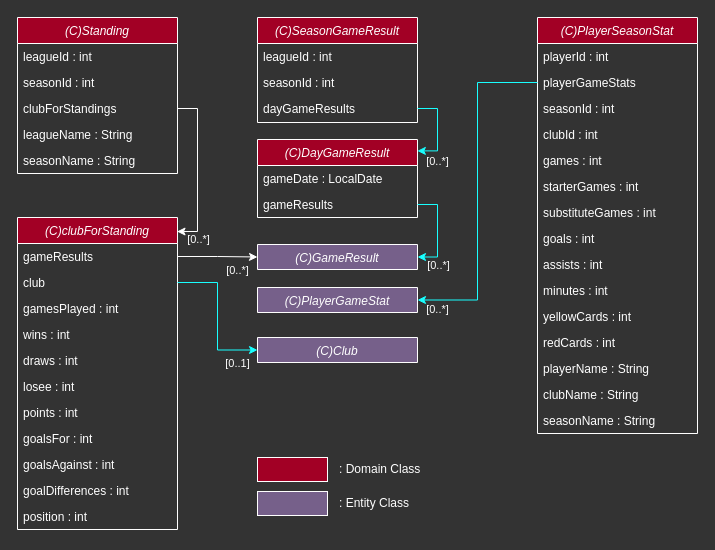
Before: docs/io/class.drawio in AijiY/FootballStatsManagement, a draw.io diagram. Source tidied: cells renumbered, new cells numbered last; positions are measured from the earlier drawing's top-left corner, leaving out a move shared by most shapes. Both pictures are drawn from the tidied source at 100%, with x=0, y=0 at pixel (17, 17).
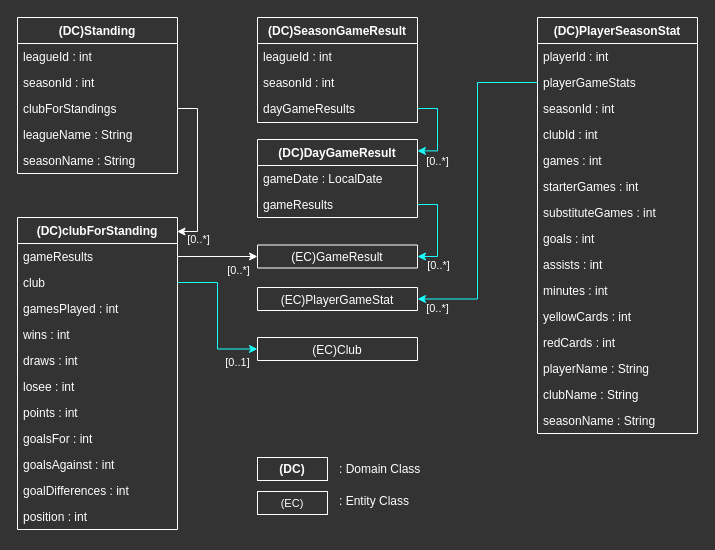
After the change.

Commit message (it also covers changes not shown here):
README：ドメインクラス図修正

Unchanged cells that the change refers to:
```xml
<mxCell id="58" style="group;" parent="1" vertex="1">
  <mxGeometry x="240" y="440" width="180" height="58" as="geometry" />
</mxCell>
```

What changed in the source:
```diff
@@
-    <mxCell id="2" value="(C)SeasonGameResult" style="swimlane;fontStyle=2;align=center;verticalAlign=top;horizontal=1;startSize=26;rounded=0;shadow=0;strokeWidth=1;fillColor=#a20025;strokeColor=#ffffff;fontColor=#ffffff;" parent="1" vertex="1">
+    <mxCell id="2" value="(DC)SeasonGameResult" style="swimlane;fontStyle=1;align=center;verticalAlign=top;horizontal=1;startSize=26;rounded=0;shadow=0;strokeWidth=1;fillColor=none;strokeColor=#ffffff;fontColor=#ffffff;" parent="1" vertex="1">
       <mxGeometry x="240" width="160" height="105" as="geometry" />
     </mxCell>
@@
-    <mxCell id="6" value="(C)DayGameResult" style="swimlane;fontStyle=2;align=center;verticalAlign=top;horizontal=1;startSize=26;rounded=0;shadow=0;strokeWidth=1;fillColor=#a20025;strokeColor=#ffffff;fontColor=#ffffff;" parent="1" vertex="1">
+    <mxCell id="6" value="(DC)DayGameResult" style="swimlane;fontStyle=1;align=center;verticalAlign=top;horizontal=1;startSize=26;rounded=0;shadow=0;strokeWidth=1;fillColor=none;strokeColor=#ffffff;fontColor=#ffffff;" parent="1" vertex="1">
       <mxGeometry x="240" y="122" width="160" height="78" as="geometry" />
     </mxCell>
@@
-    <mxCell id="9" value="(C)GameResult" style="swimlane;fontStyle=2;align=center;verticalAlign=top;horizontal=1;startSize=26;rounded=0;shadow=0;strokeWidth=1;fillColor=#76608a;strokeColor=#ffffff;fontColor=#ffffff;" parent="1" vertex="1">
-      <mxGeometry x="240" y="227" width="160" height="25" as="geometry" />
+    <mxCell id="9" value="(EC)GameResult" style="swimlane;fontStyle=0;align=center;verticalAlign=middle;horizontal=1;startSize=26;rounded=0;shadow=0;strokeWidth=1;fillColor=none;strokeColor=#ffffff;fontColor=#ffffff;fontSize=12;" parent="1" vertex="1">
+      <mxGeometry x="240" y="227.5" width="160" height="23" as="geometry" />
     </mxCell>
-    <mxCell id="10" value="(C)Club" style="swimlane;fontStyle=2;align=center;verticalAlign=top;horizontal=1;startSize=26;rounded=0;shadow=0;strokeWidth=1;fillColor=#76608a;strokeColor=#ffffff;fontColor=#ffffff;" parent="1" vertex="1">
-      <mxGeometry x="240" y="320" width="160" height="25" as="geometry" />
+    <mxCell id="10" value="(EC)Club" style="swimlane;fontStyle=0;align=center;verticalAlign=middle;horizontal=1;startSize=26;rounded=0;shadow=0;strokeWidth=1;fillColor=none;strokeColor=#ffffff;fontColor=#ffffff;fontSize=12;" parent="1" vertex="1">
+      <mxGeometry x="240" y="320" width="160" height="23" as="geometry" />
     </mxCell>
-    <mxCell id="11" value="(C)Standing" style="swimlane;fontStyle=2;align=center;verticalAlign=top;horizontal=1;startSize=26;rounded=0;shadow=0;strokeWidth=1;fillColor=#a20025;strokeColor=#ffffff;fontColor=#ffffff;" parent="1" vertex="1">
+    <mxCell id="11" value="(DC)Standing" style="swimlane;fontStyle=1;align=center;verticalAlign=top;horizontal=1;startSize=26;rounded=0;shadow=0;strokeWidth=1;fillColor=none;strokeColor=#ffffff;fontColor=#ffffff;" parent="1" vertex="1">
       <mxGeometry width="160" height="156" as="geometry" />
     </mxCell>
@@
-    <mxCell id="17" value="(C)clubForStanding" style="swimlane;fontStyle=2;align=center;verticalAlign=top;horizontal=1;startSize=26;rounded=0;shadow=0;strokeWidth=1;fillColor=#a20025;strokeColor=#ffffff;fontColor=#ffffff;" parent="1" vertex="1">
+    <mxCell id="17" value="(DC)clubForStanding" style="swimlane;fontStyle=1;align=center;verticalAlign=top;horizontal=1;startSize=26;rounded=0;shadow=0;strokeWidth=1;fillColor=none;strokeColor=#ffffff;fontColor=#ffffff;" parent="1" vertex="1">
       <mxGeometry y="200" width="160" height="312" as="geometry" />
     </mxCell>
@@
-    <mxCell id="29" value="(C)PlayerSeasonStat" style="swimlane;fontStyle=2;align=center;verticalAlign=top;horizontal=1;startSize=26;rounded=0;shadow=0;strokeWidth=1;fillColor=#a20025;strokeColor=#ffffff;fontColor=#ffffff;" parent="1" vertex="1">
+    <mxCell id="29" value="(DC)PlayerSeasonStat" style="swimlane;fontStyle=1;align=center;verticalAlign=top;horizontal=1;startSize=26;rounded=0;shadow=0;strokeWidth=1;fillColor=none;strokeColor=#ffffff;fontColor=#ffffff;" parent="1" vertex="1">
       <mxGeometry x="520" width="160" height="416" as="geometry" />
     </mxCell>
@@
-    <mxCell id="45" value="(C)PlayerGameStat" style="swimlane;fontStyle=2;align=center;verticalAlign=top;horizontal=1;startSize=26;rounded=0;shadow=0;strokeWidth=1;fillColor=#76608a;strokeColor=#ffffff;fontColor=#ffffff;" parent="1" vertex="1">
-      <mxGeometry x="240" y="270" width="160" height="25" as="geometry" />
+    <mxCell id="45" value="(EC)PlayerGameStat" style="swimlane;fontStyle=0;align=center;verticalAlign=middle;horizontal=1;startSize=26;rounded=0;shadow=0;strokeWidth=1;fillColor=none;strokeColor=#ffffff;fontColor=#ffffff;fontSize=12;" parent="1" vertex="1">
+      <mxGeometry x="240" y="270" width="160" height="23" as="geometry" />
     </mxCell>
@@
-    <mxCell id="59" style="rounded=0;whiteSpace=wrap;html=1;fillColor=#a20025;strokeColor=#ffffff;fontColor=#ffffff;" parent="58" vertex="1">
-      <mxGeometry width="70" height="24" as="geometry" />
+    <mxCell id="59" value="&lt;span&gt;(DC)&lt;/span&gt;" style="rounded=0;whiteSpace=wrap;html=1;fillColor=none;strokeColor=#ffffff;fontColor=#ffffff;fontStyle=1;" parent="58" vertex="1">
+      <mxGeometry width="70" height="23" as="geometry" />
     </mxCell>
     <mxCell id="60" value=": Domain Class" style="rounded=0;whiteSpace=wrap;html=1;align=left;strokeColor=#202020;fillColor=#202020;strokeWidth=0;fontColor=#ffffff;opacity=0;" parent="58" vertex="1">
-      <mxGeometry x="80" width="100" height="24" as="geometry" />
+      <mxGeometry x="80" y="-0.5" width="100" height="24" as="geometry" />
     </mxCell>
-    <mxCell id="61" style="rounded=0;whiteSpace=wrap;html=1;fillColor=#76608a;strokeColor=#ffffff;fontColor=#ffffff;" parent="58" vertex="1">
-      <mxGeometry y="34" width="70" height="24" as="geometry" />
+    <mxCell id="61" value="(EC)" style="rounded=0;whiteSpace=wrap;html=1;fillColor=none;strokeColor=#ffffff;fontColor=#ffffff;fontSize=11;" parent="58" vertex="1">
+      <mxGeometry y="34" width="70" height="23" as="geometry" />
     </mxCell>
-    <mxCell id="62" value=": Entity Class" style="rounded=0;whiteSpace=wrap;html=1;align=left;strokeColor=#202020;fillColor=#202020;fontColor=#ffffff;opacity=0;" parent="58" vertex="1">
-      <mxGeometry x="80" y="34" width="100" height="24" as="geometry" />
+    <mxCell id="62" value=": Entity Class" style="rounded=0;whiteSpace=wrap;html=1;align=left;strokeColor=#202020;fillColor=#202020;fontColor=#ffffff;opacity=0;fontSize=12;" parent="58" vertex="1">
+      <mxGeometry x="80" y="32" width="100" height="24" as="geometry" />
     </mxCell>
```
